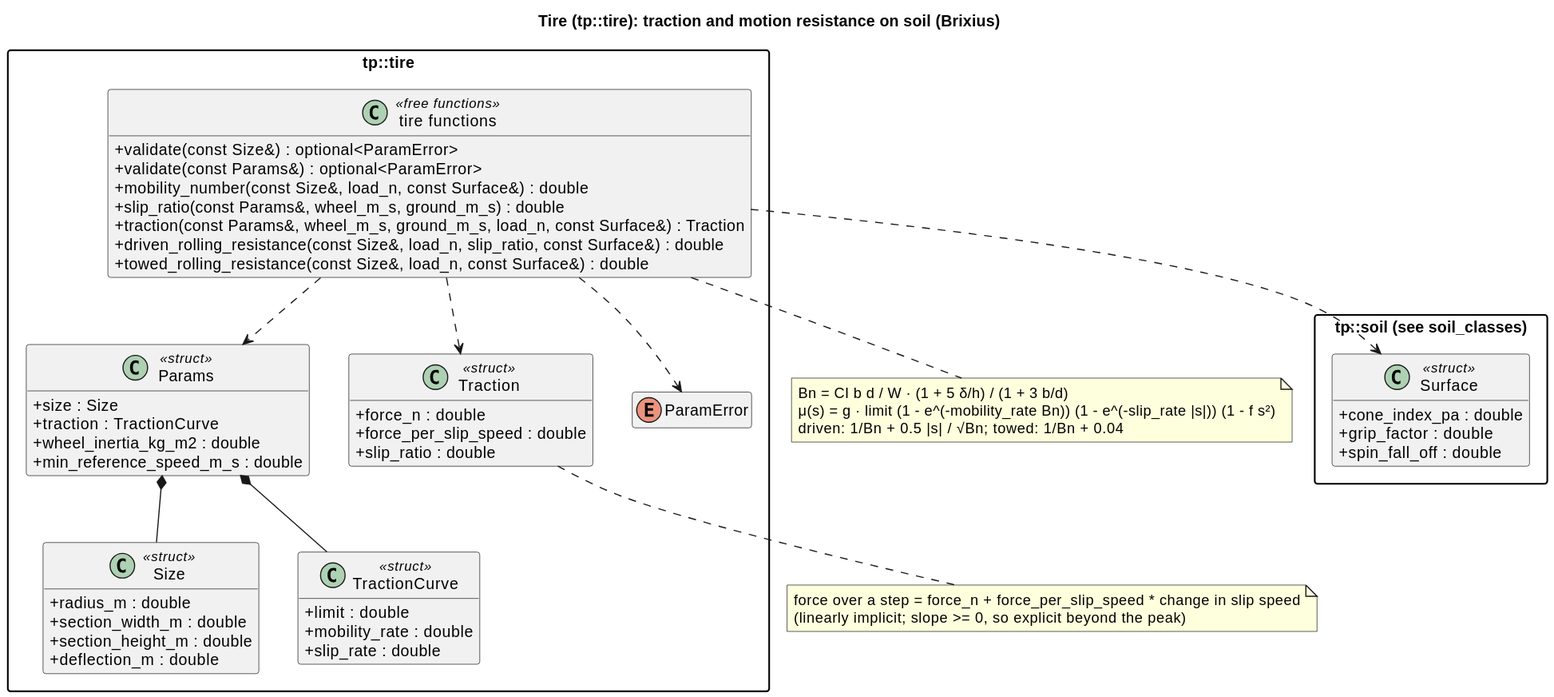
Above: docs/diagrams/svg/tire_classes.svg in wversteeg/TractorPulling (PlantUML), before the change.
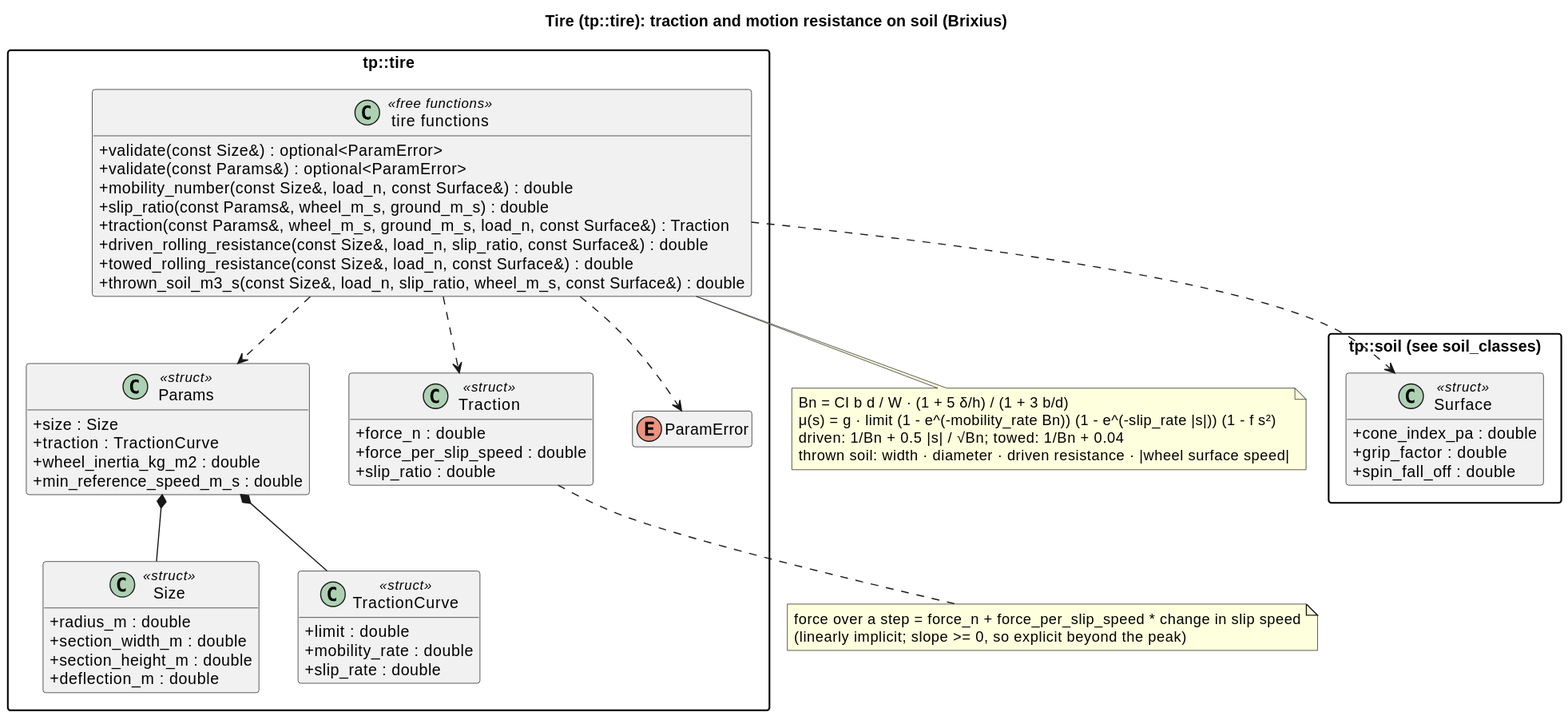
After the commit.

Change to the diagram source:
```diff
@@ -44,6 +44,7 @@
     +traction(const Params&, wheel_m_s, ground_m_s, load_n, const Surface&) : Traction
     +driven_rolling_resistance(const Size&, load_n, slip_ratio, const Surface&) : double
     +towed_rolling_resistance(const Size&, load_n, const Surface&) : double
+    +thrown_soil_m3_s(const Size&, load_n, slip_ratio, wheel_m_s, const Surface&) : double
   }
   Params *-- Size
   Params *-- TractionCurve
@@ -56,6 +57,7 @@
   Bn = CI b d / W · (1 + 5 δ/h) / (1 + 3 b/d)
   μ(s) = g · limit (1 - e^(-mobility_rate Bn)) (1 - e^(-slip_rate |s|)) (1 - f s²)
   driven: 1/Bn + 0.5 |s| / √Bn;  towed: 1/Bn + 0.04
+  thrown soil: width · diameter · driven resistance · |wheel surface speed|
 end note
 note bottom of Traction
   force over a step = force_n + force_per_slip_speed * change in slip speed
```
